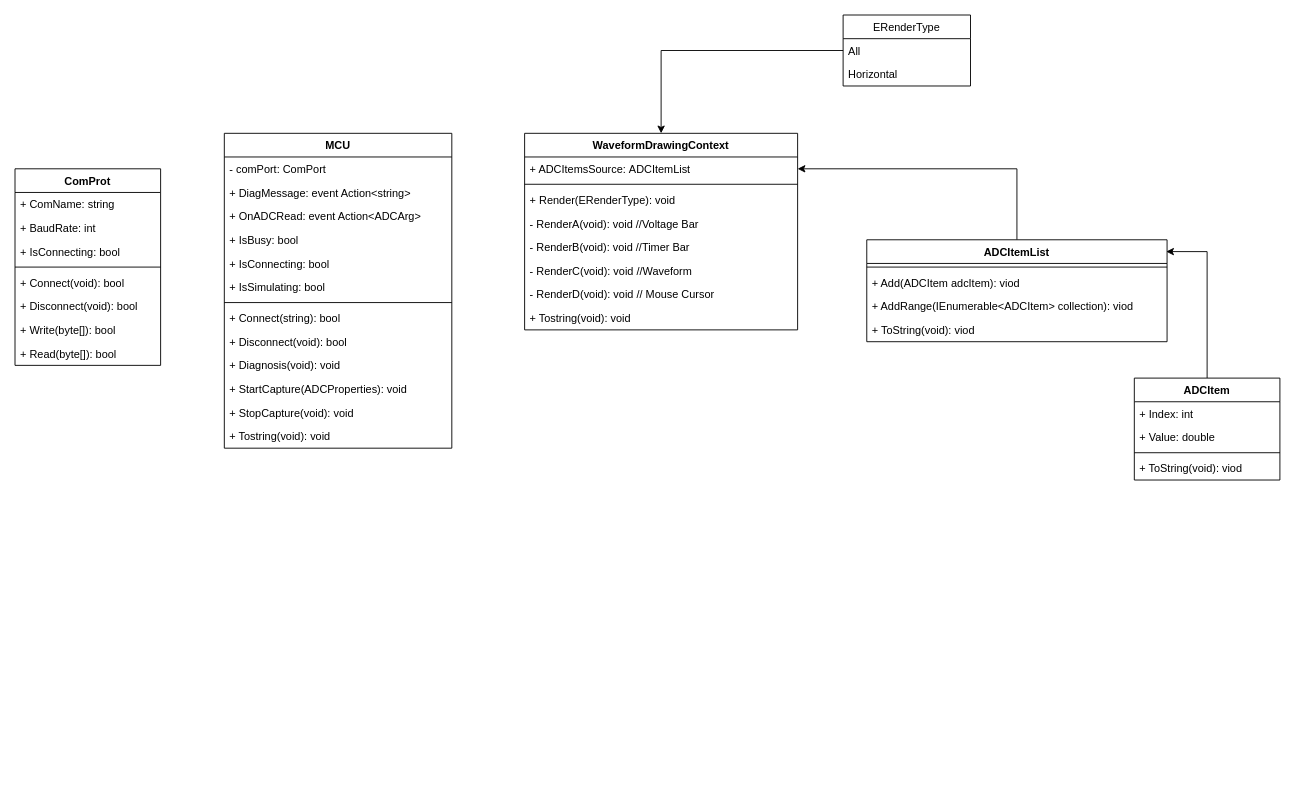
Jasson-Chou/SideProject keeps this draw.io diagram as page "UML Class Diagram" (5 of 5) of ADC Monitor.drawio. Above is the earlier version. Source tidied: cells renumbered, new cells numbered last; positions are measured from the earlier drawing's top-left corner, leaving out a move shared by most shapes. Both pictures are drawn from the tidied source at 91%, with x=0, y=0 at pixel (15, 15).
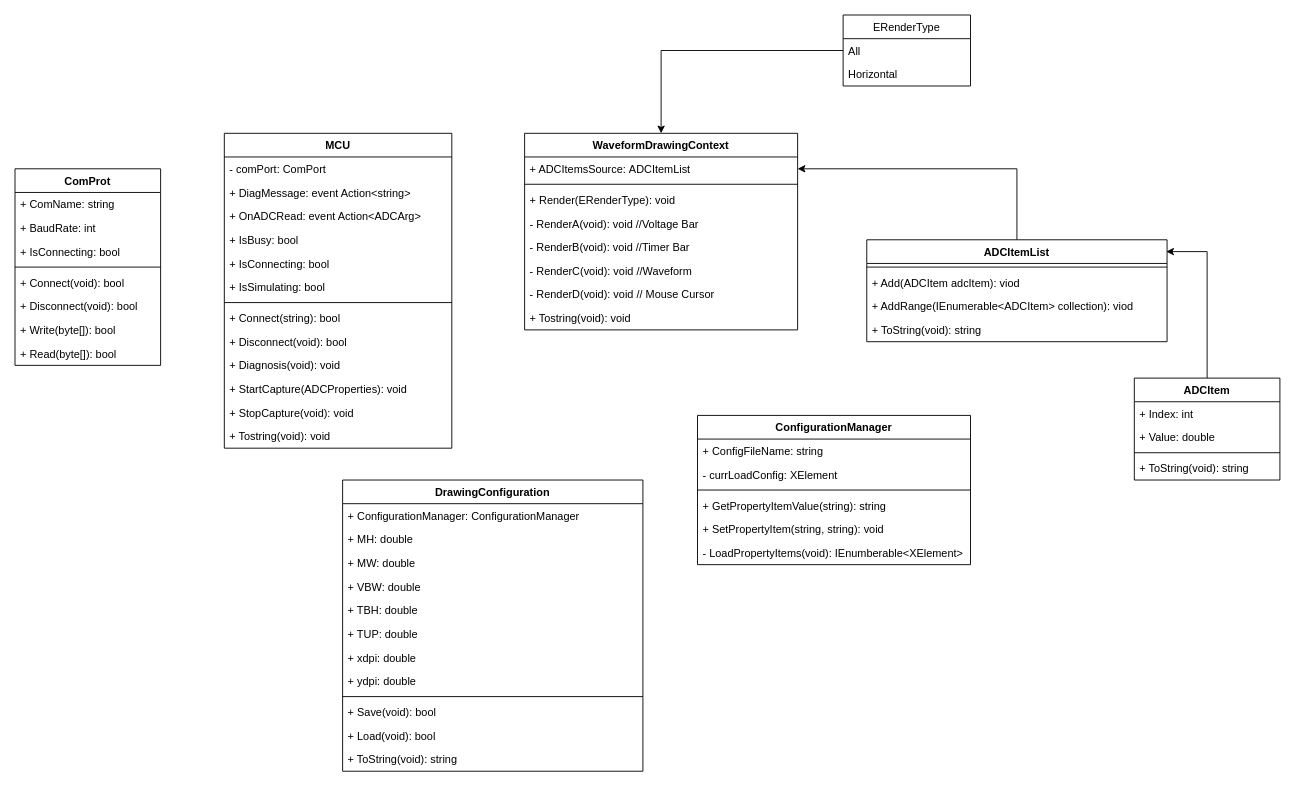
The same page after the edit.

Unchanged cells that the change refers to:
```xml
<mxCell id="39" value="ADCItem" style="swimlane;fontStyle=1;align=center;verticalAlign=top;horizontal=1;startSize=26;" parent="1" vertex="1">
  <mxGeometry x="1230" y="399" width="160" height="112" as="geometry" />
</mxCell>
<mxCell id="45" value="ADCItemList" style="swimlane;fontStyle=1;align=center;verticalAlign=top;horizontal=1;startSize=26;" parent="1" vertex="1">
  <mxGeometry x="936" y="247" width="330" height="112" as="geometry" />
</mxCell>
```

What changed in the source:
```diff
@@
-    <mxCell id="43" value="+ ToString(void): viod" style="text;strokeColor=none;fillColor=none;align=left;verticalAlign=top;spacingLeft=4;spacingRight=4;overflow=hidden;" parent="39" vertex="1">
+    <mxCell id="43" value="+ ToString(void): string" style="text;strokeColor=none;fillColor=none;align=left;verticalAlign=top;spacingLeft=4;spacingRight=4;overflow=hidden;" parent="39" vertex="1">
       <mxGeometry y="86" width="160" height="26" as="geometry" />
     </mxCell>
@@
-    <mxCell id="49" value="+ ToString(void): viod" style="text;strokeColor=none;fillColor=none;align=left;verticalAlign=top;spacingLeft=4;spacingRight=4;overflow=hidden;" parent="45" vertex="1">
+    <mxCell id="49" value="+ ToString(void): string" style="text;strokeColor=none;fillColor=none;align=left;verticalAlign=top;spacingLeft=4;spacingRight=4;overflow=hidden;" parent="45" vertex="1">
       <mxGeometry y="86" width="330" height="26" as="geometry" />
     </mxCell>
+    <mxCell id="50" value="DrawingConfiguration" style="swimlane;fontStyle=1;align=center;verticalAlign=top;horizontal=1;startSize=26;" parent="1" vertex="1">
+      <mxGeometry x="360" y="511" width="330" height="320" as="geometry" />
+    </mxCell>
+    <mxCell id="51" value="+ ConfigurationManager: ConfigurationManager" style="text;strokeColor=none;fillColor=none;align=left;verticalAlign=top;spacingLeft=4;spacingRight=4;overflow=hidden;" parent="50" vertex="1">
+      <mxGeometry y="26" width="330" height="26" as="geometry" />
+    </mxCell>
+    <mxCell id="52" value="+ MH: double" style="text;strokeColor=none;fillColor=none;align=left;verticalAlign=top;spacingLeft=4;spacingRight=4;overflow=hidden;" parent="50" vertex="1">
+      <mxGeometry y="52" width="330" height="26" as="geometry" />
+    </mxCell>
+    <mxCell id="53" value="+ MW: double" style="text;strokeColor=none;fillColor=none;align=left;verticalAlign=top;spacingLeft=4;spacingRight=4;overflow=hidden;" parent="50" vertex="1">
+      <mxGeometry y="78" width="330" height="26" as="geometry" />
+    </mxCell>
+    <mxCell id="54" value="+ VBW: double" style="text;strokeColor=none;fillColor=none;align=left;verticalAlign=top;spacingLeft=4;spacingRight=4;overflow=hidden;" parent="50" vertex="1">
+      <mxGeometry y="104" width="330" height="26" as="geometry" />
+    </mxCell>
+    <mxCell id="55" value="+ TBH: double" style="text;strokeColor=none;fillColor=none;align=left;verticalAlign=top;spacingLeft=4;spacingRight=4;overflow=hidden;" parent="50" vertex="1">
+      <mxGeometry y="130" width="330" height="26" as="geometry" />
+    </mxCell>
+    <mxCell id="56" value="+ TUP: double" style="text;strokeColor=none;fillColor=none;align=left;verticalAlign=top;spacingLeft=4;spacingRight=4;overflow=hidden;" parent="50" vertex="1">
+      <mxGeometry y="156" width="330" height="26" as="geometry" />
+    </mxCell>
+    <mxCell id="57" value="+ xdpi: double" style="text;strokeColor=none;fillColor=none;align=left;verticalAlign=top;spacingLeft=4;spacingRight=4;overflow=hidden;" parent="50" vertex="1">
+      <mxGeometry y="182" width="330" height="26" as="geometry" />
+    </mxCell>
+    <mxCell id="58" value="+ ydpi: double" style="text;strokeColor=none;fillColor=none;align=left;verticalAlign=top;spacingLeft=4;spacingRight=4;overflow=hidden;" parent="50" vertex="1">
+      <mxGeometry y="208" width="330" height="26" as="geometry" />
+    </mxCell>
+    <mxCell id="59" style="line;strokeWidth=1;fillColor=none;align=left;verticalAlign=middle;spacingTop=-1;spacingLeft=3;spacingRight=3;labelPosition=right;" parent="50" vertex="1">
+      <mxGeometry y="234" width="330" height="8" as="geometry" />
+    </mxCell>
+    <mxCell id="60" value="+ Save(void): bool" style="text;strokeColor=none;fillColor=none;align=left;verticalAlign=top;spacingLeft=4;spacingRight=4;overflow=hidden;" parent="50" vertex="1">
+      <mxGeometry y="242" width="330" height="26" as="geometry" />
+    </mxCell>
+    <mxCell id="61" value="+ Load(void): bool" style="text;strokeColor=none;fillColor=none;align=left;verticalAlign=top;spacingLeft=4;spacingRight=4;overflow=hidden;" parent="50" vertex="1">
+      <mxGeometry y="268" width="330" height="26" as="geometry" />
+    </mxCell>
+    <mxCell id="62" value="+ ToString(void): string" style="text;strokeColor=none;fillColor=none;align=left;verticalAlign=top;spacingLeft=4;spacingRight=4;overflow=hidden;" parent="50" vertex="1">
+      <mxGeometry y="294" width="330" height="26" as="geometry" />
+    </mxCell>
+    <mxCell id="63" value="ConfigurationManager" style="swimlane;fontStyle=1;align=center;verticalAlign=top;horizontal=1;startSize=26;" parent="1" vertex="1">
+      <mxGeometry x="750" y="440" width="300" height="164" as="geometry" />
+    </mxCell>
+    <mxCell id="64" value="+ ConfigFileName: string" style="text;strokeColor=none;fillColor=none;align=left;verticalAlign=top;spacingLeft=4;spacingRight=4;overflow=hidden;" parent="63" vertex="1">
+      <mxGeometry y="26" width="300" height="26" as="geometry" />
+    </mxCell>
+    <mxCell id="65" value="- currLoadConfig: XElement" style="text;strokeColor=none;fillColor=none;align=left;verticalAlign=top;spacingLeft=4;spacingRight=4;overflow=hidden;" parent="63" vertex="1">
+      <mxGeometry y="52" width="300" height="26" as="geometry" />
+    </mxCell>
+    <mxCell id="66" style="line;strokeWidth=1;fillColor=none;align=left;verticalAlign=middle;spacingTop=-1;spacingLeft=3;spacingRight=3;labelPosition=right;" parent="63" vertex="1">
+      <mxGeometry y="78" width="300" height="8" as="geometry" />
+    </mxCell>
+    <mxCell id="67" value="+ GetPropertyItemValue(string): string" style="text;strokeColor=none;fillColor=none;align=left;verticalAlign=top;spacingLeft=4;spacingRight=4;overflow=hidden;" parent="63" vertex="1">
+      <mxGeometry y="86" width="300" height="26" as="geometry" />
+    </mxCell>
+    <mxCell id="68" value="+ SetPropertyItem(string, string): void" style="text;strokeColor=none;fillColor=none;align=left;verticalAlign=top;spacingLeft=4;spacingRight=4;overflow=hidden;" parent="63" vertex="1">
+      <mxGeometry y="112" width="300" height="26" as="geometry" />
+    </mxCell>
+    <mxCell id="69" value="- LoadPropertyItems(void): IEnumberable&lt;XElement&gt;" style="text;strokeColor=none;fillColor=none;align=left;verticalAlign=top;spacingLeft=4;spacingRight=4;overflow=hidden;" parent="63" vertex="1">
+      <mxGeometry y="138" width="300" height="26" as="geometry" />
+    </mxCell>
```
